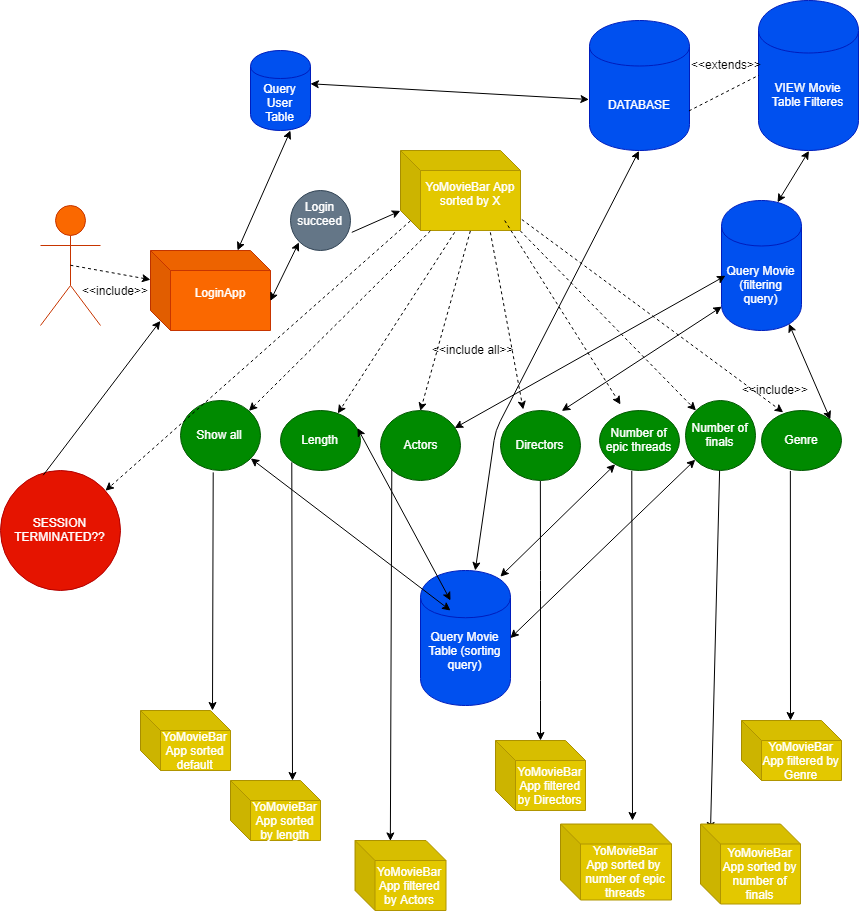
Above: T2/UseCase/NavBarUseCase.png in MarianCodrinCretu/Tehnologii-Web (draw.io), before the change. Source tidied: cells renumbered, new cells last; positions are measured from the earlier drawing's top-left corner, leaving out a move shared by most shapes.
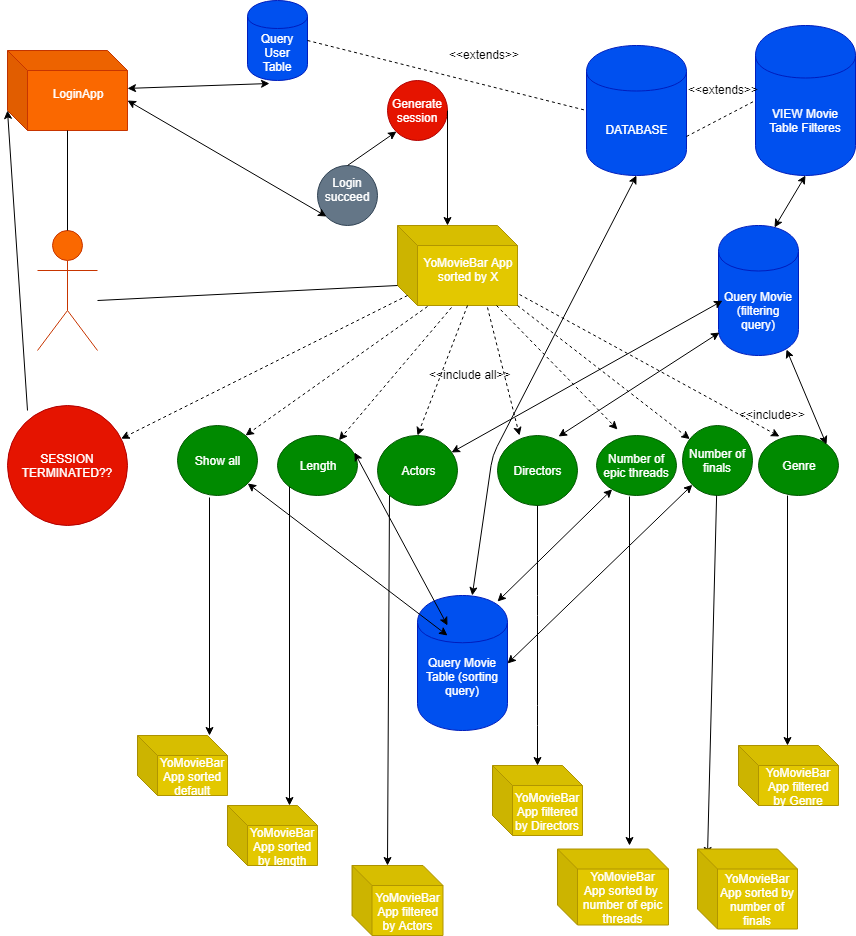
Above is the later version.

Change to the diagram source:
```diff
@@ -5,41 +5,26 @@
     <mxCell id="2" value="Actor" style="shape=umlActor;verticalLabelPosition=bottom;labelBackgroundColor=#ffffff;verticalAlign=top;html=1;outlineConnect=0;fillColor=#fa6800;strokeColor=#C73500;fontColor=#ffffff;" parent="1" vertex="1">
       <mxGeometry x="40" y="205" width="60" height="120" as="geometry" />
     </mxCell>
-    <mxCell id="3" style="endArrow=classic;html=1;dashed=1;exitX=0.5;exitY=0.5;exitDx=0;exitDy=0;exitPerimeter=0;" parent="1" edge="1" source="2" target="4">
-      <mxGeometry relative="1" as="geometry" />
-    </mxCell>
     <mxCell id="4" value="LoginApp&lt;br&gt;&lt;br&gt;" style="shape=cube;whiteSpace=wrap;html=1;boundedLbl=1;backgroundOutline=1;darkOpacity=0.05;darkOpacity2=0.1;fillColor=#fa6800;strokeColor=#C73500;fontColor=#ffffff;" parent="1" vertex="1">
-      <mxGeometry x="150" y="250" width="120" height="80" as="geometry" />
+      <mxGeometry x="10" y="25" width="120" height="80" as="geometry" />
     </mxCell>
-    <mxCell id="5" value="&amp;lt;&amp;lt;include&amp;gt;&amp;gt;&lt;br&gt;&lt;br&gt;" style="text;html=1;align=left;verticalAlign=top;spacingTop=-4;" parent="1" vertex="1">
-      <mxGeometry x="80" y="281" width="80" height="30" as="geometry" />
-    </mxCell>
     <mxCell id="6" value="Login succeed&lt;br&gt;&lt;br&gt;" style="ellipse;whiteSpace=wrap;html=1;fillColor=#647687;strokeColor=#314354;fontColor=#ffffff;" parent="1" vertex="1">
-      <mxGeometry x="290" y="190" width="60" height="60" as="geometry" />
+      <mxGeometry x="320" y="140" width="60" height="60" as="geometry" />
     </mxCell>
     <mxCell id="7" style="endArrow=classic;startArrow=classic;html=1;exitX=0;exitY=0;exitDx=120;exitDy=50;exitPerimeter=0;entryX=0;entryY=1;entryDx=0;entryDy=0;" parent="1" edge="1" source="4" target="6">
       <mxGeometry relative="1" as="geometry" />
     </mxCell>
-    <mxCell id="8" style="endArrow=classic;html=1;entryX=0;entryY=0;entryDx=0;entryDy=60;entryPerimeter=0;exitX=1.015;exitY=0.706;exitDx=0;exitDy=0;exitPerimeter=0;" parent="1" edge="1" source="6" target="13">
-      <mxGeometry relative="1" as="geometry" />
-    </mxCell>
     <mxCell id="9" value="Query User Table" style="shape=cylinder;whiteSpace=wrap;html=1;boundedLbl=1;backgroundOutline=1;fillColor=#0050ef;strokeColor=#001DBC;fontColor=#ffffff;" parent="1" vertex="1">
-      <mxGeometry x="250" y="50" width="60" height="80" as="geometry" />
+      <mxGeometry x="250" y="-25" width="60" height="80" as="geometry" />
     </mxCell>
-    <mxCell id="10" style="endArrow=classic;startArrow=classic;html=1;" parent="1" edge="1">
-      <mxGeometry relative="1" as="geometry">
-        <mxPoint x="237" y="250" as="sourcePoint" />
-        <mxPoint x="290" y="130" as="targetPoint" />
-      </mxGeometry>
+    <mxCell id="10" style="endArrow=classic;startArrow=classic;html=1;entryX=0.373;entryY=1.034;entryDx=0;entryDy=0;entryPerimeter=0;" parent="1" edge="1" source="4" target="9">
+      <mxGeometry relative="1" as="geometry" />
     </mxCell>
-    <mxCell id="11" style="endArrow=classic;startArrow=classic;html=1;exitX=0.991;exitY=0.416;exitDx=0;exitDy=0;exitPerimeter=0;entryX=-0.01;entryY=0.61;entryDx=0;entryDy=0;entryPerimeter=0;" parent="1" edge="1" source="9" target="12">
-      <mxGeometry relative="1" as="geometry" />
-    </mxCell>
     <mxCell id="12" value="DATABASE" style="shape=cylinder;whiteSpace=wrap;html=1;boundedLbl=1;backgroundOutline=1;fillColor=#0050ef;strokeColor=#001DBC;fontColor=#ffffff;" parent="1" vertex="1">
       <mxGeometry x="589" y="20" width="100" height="130" as="geometry" />
     </mxCell>
     <mxCell id="13" value="YoMovieBar App&lt;br&gt;sorted by X&lt;br&gt;&lt;br&gt;" style="shape=cube;whiteSpace=wrap;html=1;boundedLbl=1;backgroundOutline=1;darkOpacity=0.05;darkOpacity2=0.1;fillColor=#e3c800;strokeColor=#B09500;fontColor=#ffffff;" parent="1" vertex="1">
-      <mxGeometry x="400" y="150" width="120" height="80" as="geometry" />
+      <mxGeometry x="400" y="200" width="120" height="80" as="geometry" />
     </mxCell>
     <mxCell id="14" value="Length" style="ellipse;whiteSpace=wrap;html=1;fillColor=#008a00;strokeColor=#005700;fontColor=#ffffff;" parent="1" vertex="1">
       <mxGeometry x="280" y="410" width="80" height="60" as="geometry" />
@@ -77,9 +62,8 @@
     <mxCell id="25" style="endArrow=classic;html=1;exitX=0.748;exitY=1.02;exitDx=0;exitDy=0;exitPerimeter=0;entryX=0.277;entryY=-0.005;entryDx=0;entryDy=0;entryPerimeter=0;dashed=1;" parent="1" edge="1" source="13" target="16">
       <mxGeometry relative="1" as="geometry" />
     </mxCell>
-    <mxCell id="26" style="endArrow=classic;html=1;entryX=0.261;entryY=0.068;entryDx=0;entryDy=0;entryPerimeter=0;dashed=1;" parent="1" edge="1">
+    <mxCell id="26" style="endArrow=classic;html=1;entryX=0.261;entryY=0.068;entryDx=0;entryDy=0;entryPerimeter=0;dashed=1;" parent="1" edge="1" source="13">
       <mxGeometry relative="1" as="geometry">
-        <mxPoint x="504.2" y="220" as="sourcePoint" />
         <mxPoint x="620" y="404" as="targetPoint" />
       </mxGeometry>
     </mxCell>
@@ -106,10 +90,12 @@
       <mxGeometry relative="1" as="geometry" />
     </mxCell>
     <mxCell id="33" value="SESSION TERMINATED??" style="ellipse;whiteSpace=wrap;html=1;fillColor=#e51400;strokeColor=#B20000;fontColor=#ffffff;" parent="1" vertex="1">
-      <mxGeometry y="470" width="120" height="120" as="geometry" />
+      <mxGeometry x="10" y="380" width="120" height="120" as="geometry" />
     </mxCell>
-    <mxCell id="34" style="endArrow=classic;html=1;exitX=0.355;exitY=0.038;exitDx=0;exitDy=0;exitPerimeter=0;entryX=0;entryY=0;entryDx=10;entryDy=70;entryPerimeter=0;" parent="1" edge="1" source="33" target="4">
-      <mxGeometry relative="1" as="geometry" />
+    <mxCell id="34" style="endArrow=classic;html=1;entryX=0;entryY=0;entryDx=0;entryDy=60;entryPerimeter=0;" parent="1" edge="1" target="4">
+      <mxGeometry relative="1" as="geometry">
+        <mxPoint x="30" y="385" as="sourcePoint" />
+      </mxGeometry>
     </mxCell>
     <mxCell id="35" style="endArrow=classic;startArrow=classic;html=1;" parent="1" edge="1" source="20">
       <mxGeometry relative="1" as="geometry">
@@ -211,5 +197,28 @@
     <mxCell id="60" value="&amp;lt;&amp;lt;extends&amp;gt;&amp;gt;" style="text;html=1;align=left;verticalAlign=top;spacingTop=-4;" parent="1" vertex="1">
       <mxGeometry x="689" y="55" width="90" height="20" as="geometry" />
     </mxCell>
+    <mxCell id="61" value="Generate session" style="ellipse;whiteSpace=wrap;html=1;fillColor=#e51400;strokeColor=#B20000;fontColor=#ffffff;" parent="1" vertex="1">
+      <mxGeometry x="390" y="55" width="60" height="60" as="geometry" />
+    </mxCell>
+    <mxCell id="62" style="endArrow=classic;html=1;exitX=0.5;exitY=0;exitDx=0;exitDy=0;entryX=0;entryY=1;entryDx=0;entryDy=0;" parent="1" edge="1" source="6" target="61">
+      <mxGeometry relative="1" as="geometry" />
+    </mxCell>
+    <mxCell id="63" style="endArrow=classic;html=1;exitX=1;exitY=0.5;exitDx=0;exitDy=0;entryX=0;entryY=0;entryDx=50;entryDy=0;entryPerimeter=0;" parent="1" edge="1" source="61" target="13">
+      <mxGeometry relative="1" as="geometry" />
+    </mxCell>
+    <mxCell id="3" style="endArrow=none;html=1;" parent="1" edge="1" source="2" target="4">
+      <mxGeometry relative="1" as="geometry" />
+    </mxCell>
+    <mxCell id="64" style="endArrow=none;html=1;entryX=0;entryY=0;entryDx=0;entryDy=60;entryPerimeter=0;" parent="1" edge="1" target="13">
+      <mxGeometry relative="1" as="geometry">
+        <mxPoint x="100" y="275" as="sourcePoint" />
+      </mxGeometry>
+    </mxCell>
+    <mxCell id="11" style="endArrow=none;dashed=1;html=1;exitX=1;exitY=0.5;exitDx=0;exitDy=0;entryX=0;entryY=0.5;entryDx=0;entryDy=0;" parent="1" edge="1" source="9" target="12">
+      <mxGeometry relative="1" as="geometry" />
+    </mxCell>
+    <mxCell id="65" value="&amp;lt;&amp;lt;extends&amp;gt;&amp;gt;" style="text;html=1;align=left;verticalAlign=top;spacingTop=-4;" parent="1" vertex="1">
+      <mxGeometry x="450" y="20" width="90" height="20" as="geometry" />
+    </mxCell>
   </root>
 </mxGraphModel>
```
